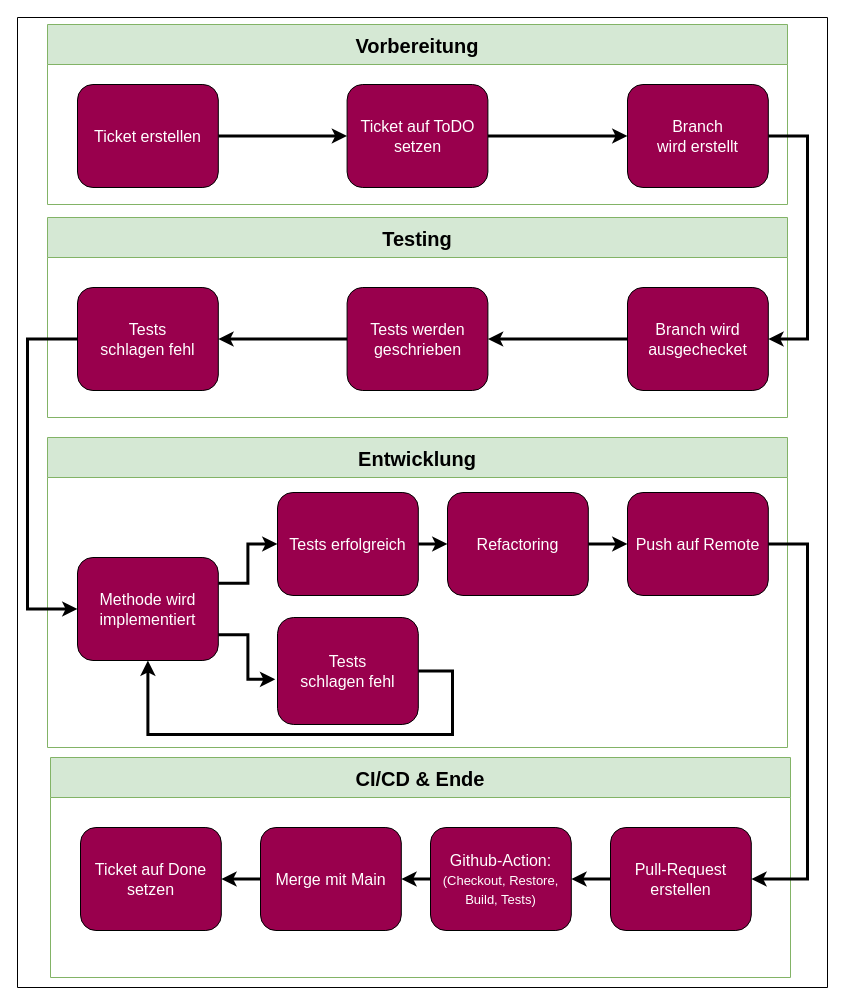
Earlier version of the draw.io diagram page "Ablauf" (2 of 7) of Parlivote.Shared/Documentation/Untitled Diagram.drawio (schnickalodeon/Parlivote). Source tidied: cells renumbered, new cells numbered last; positions are measured from the earlier drawing's top-left corner, leaving out a move shared by most shapes. Both pictures are drawn from the tidied source at 100%, with x=0, y=0 at pixel (17, 17).
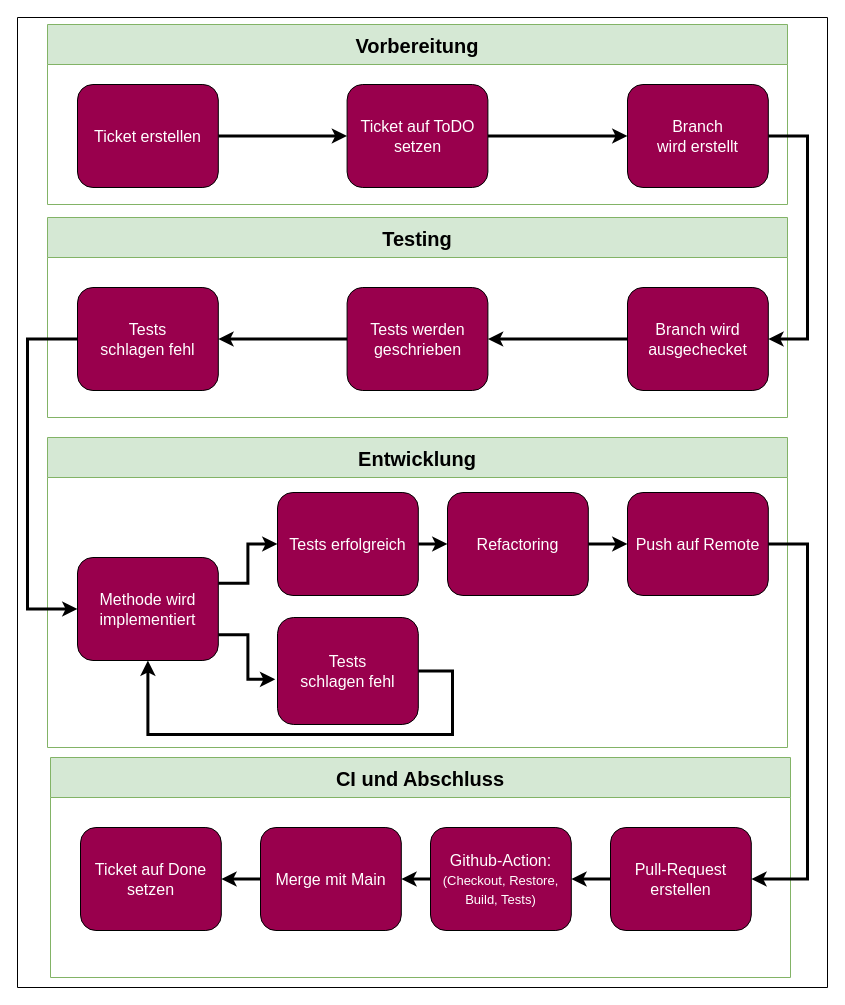
Above is the later version.

What changed in the source:
```diff
@@
-    <mxCell id="25" value="CI/CD &amp; Ende" style="swimlane;fontSize=20;fillColor=#d5e8d4;startSize=40;strokeColor=#82b366;" parent="1" vertex="1">
+    <mxCell id="25" value="CI und Abschluss" style="swimlane;fontSize=20;fillColor=#d5e8d4;startSize=40;strokeColor=#82b366;" parent="1" vertex="1">
       <mxGeometry x="33" y="740" width="740" height="220" as="geometry" />
     </mxCell>
```
